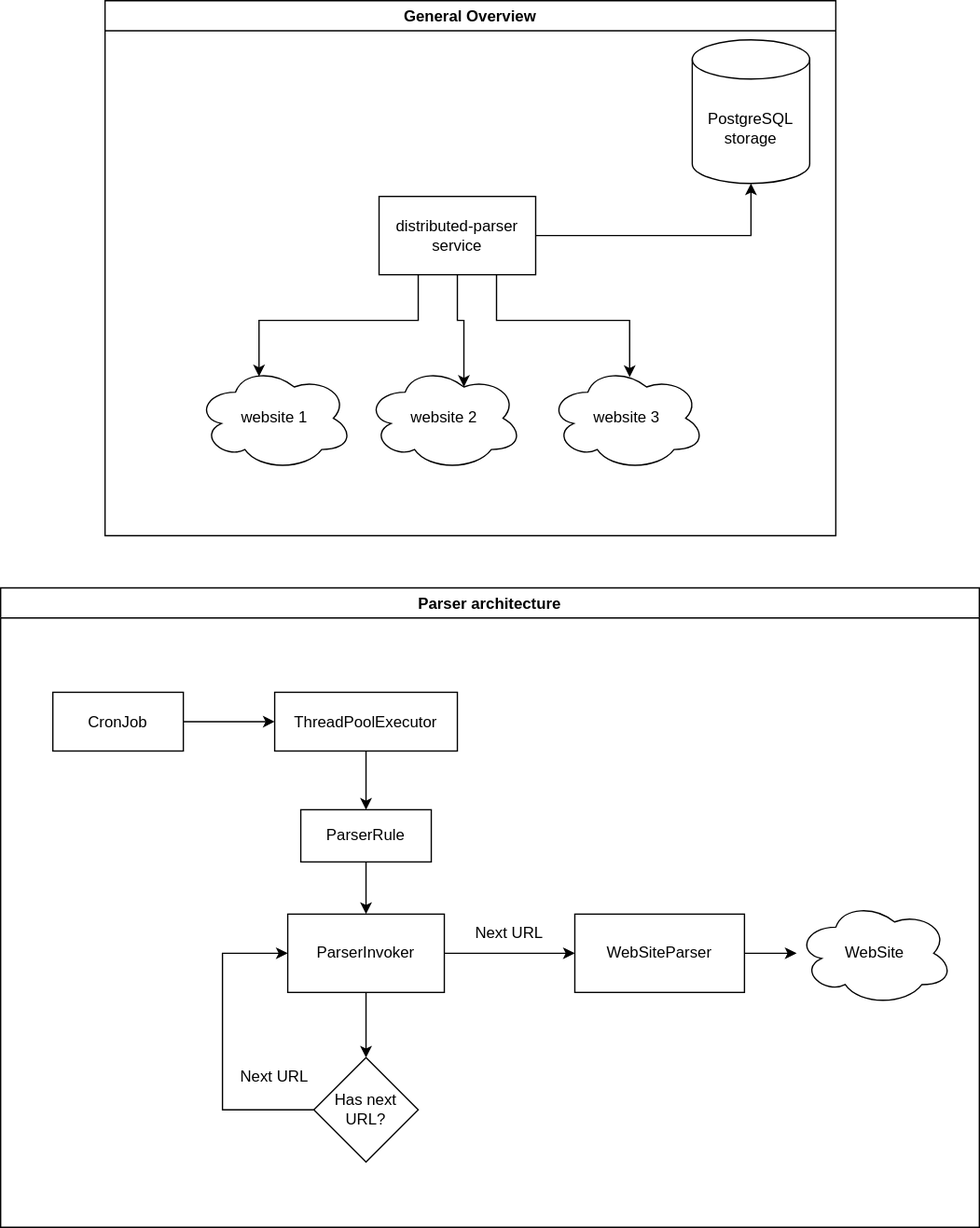
Earlier version of the draw.io export DistributedParser.drawio.svg (sabyrzhan/distributed-site-parser). Source tidied: cells renumbered, new cells last; positions are measured from the earlier drawing's top-left corner, leaving out a move shared by most shapes. Its diagram source:
```xml
<mxGraphModel>
  <root>
    <mxCell id="0" />
    <mxCell id="1" parent="0" />
    <mxCell id="2" value="General Overview" style="swimlane;" parent="1" vertex="1">
      <mxGeometry x="80" width="560" height="410" as="geometry" />
    </mxCell>
    <mxCell id="3" value="distributed-parser service" style="rounded=0;whiteSpace=wrap;html=1;" parent="2" vertex="1">
      <mxGeometry x="210" y="150" width="120" height="60" as="geometry" />
    </mxCell>
    <mxCell id="4" value="website 1" style="ellipse;shape=cloud;whiteSpace=wrap;html=1;" parent="2" vertex="1">
      <mxGeometry x="70" y="280" width="120" height="80" as="geometry" />
    </mxCell>
    <mxCell id="5" style="edgeStyle=orthogonalEdgeStyle;rounded=0;jettySize=auto;html=1;entryX=0.4;entryY=0.1;entryDx=0;entryDy=0;entryPerimeter=0;exitX=0.25;exitY=1;exitDx=0;exitDy=0;" parent="2" edge="1" source="3" target="4">
      <mxGeometry relative="1" as="geometry" />
    </mxCell>
    <mxCell id="6" value="website 2" style="ellipse;shape=cloud;whiteSpace=wrap;html=1;" parent="2" vertex="1">
      <mxGeometry x="200" y="280" width="120" height="80" as="geometry" />
    </mxCell>
    <mxCell id="7" style="edgeStyle=orthogonalEdgeStyle;rounded=0;jettySize=auto;html=1;exitX=0.5;exitY=1;exitDx=0;exitDy=0;entryX=0.625;entryY=0.2;entryDx=0;entryDy=0;entryPerimeter=0;" parent="2" edge="1" source="3" target="6">
      <mxGeometry relative="1" as="geometry" />
    </mxCell>
    <mxCell id="8" value="website 3" style="ellipse;shape=cloud;whiteSpace=wrap;html=1;" parent="2" vertex="1">
      <mxGeometry x="340" y="280" width="120" height="80" as="geometry" />
    </mxCell>
    <mxCell id="9" style="edgeStyle=orthogonalEdgeStyle;rounded=0;jettySize=auto;html=1;exitX=0.75;exitY=1;exitDx=0;exitDy=0;entryX=0.517;entryY=0.106;entryDx=0;entryDy=0;entryPerimeter=0;" parent="2" edge="1" source="3" target="8">
      <mxGeometry relative="1" as="geometry" />
    </mxCell>
    <mxCell id="10" value="PostgreSQL storage" style="shape=cylinder3;whiteSpace=wrap;html=1;boundedLbl=1;backgroundOutline=1;size=15;" parent="2" vertex="1">
      <mxGeometry x="450" y="30" width="90" height="110" as="geometry" />
    </mxCell>
    <mxCell id="11" style="edgeStyle=orthogonalEdgeStyle;rounded=0;jettySize=auto;html=1;" parent="2" edge="1" source="3" target="10">
      <mxGeometry relative="1" as="geometry" />
    </mxCell>
    <mxCell id="12" value="Parser architecture" style="swimlane;" parent="1" vertex="1">
      <mxGeometry y="450" width="750" height="490" as="geometry" />
    </mxCell>
    <mxCell id="13" value="WebSiteParser" style="rounded=0;whiteSpace=wrap;html=1;" parent="12" vertex="1">
      <mxGeometry x="440" y="250" width="130" height="60" as="geometry" />
    </mxCell>
    <mxCell id="14" value="WebSite" style="ellipse;shape=cloud;whiteSpace=wrap;html=1;" parent="12" vertex="1">
      <mxGeometry x="610" y="240" width="120" height="80" as="geometry" />
    </mxCell>
    <mxCell id="15" style="edgeStyle=orthogonalEdgeStyle;rounded=0;jettySize=auto;html=1;exitX=1;exitY=0.5;exitDx=0;exitDy=0;" parent="12" edge="1" source="13" target="14">
      <mxGeometry relative="1" as="geometry" />
    </mxCell>
    <mxCell id="16" value="Next URL" style="text;html=1;strokeColor=none;fillColor=none;align=center;verticalAlign=middle;whiteSpace=wrap;rounded=0;" parent="12" vertex="1">
      <mxGeometry x="360" y="250" width="60" height="30" as="geometry" />
    </mxCell>
    <mxCell id="17" style="edgeStyle=orthogonalEdgeStyle;rounded=0;jettySize=auto;html=1;exitX=1;exitY=0.5;exitDx=0;exitDy=0;entryX=0;entryY=0.5;entryDx=0;entryDy=0;" parent="12" edge="1" source="18" target="13">
      <mxGeometry relative="1" as="geometry" />
    </mxCell>
    <mxCell id="18" value="ParserInvoker" style="rounded=0;whiteSpace=wrap;html=1;" parent="12" vertex="1">
      <mxGeometry x="220" y="250" width="120" height="60" as="geometry" />
    </mxCell>
    <mxCell id="19" style="edgeStyle=orthogonalEdgeStyle;rounded=0;jettySize=auto;html=1;entryX=0.5;entryY=0;entryDx=0;entryDy=0;" parent="12" edge="1" source="20" target="18">
      <mxGeometry relative="1" as="geometry" />
    </mxCell>
    <mxCell id="20" value="ParserRule" style="rounded=0;whiteSpace=wrap;html=1;" parent="12" vertex="1">
      <mxGeometry x="230" y="170" width="100" height="40" as="geometry" />
    </mxCell>
    <mxCell id="21" style="edgeStyle=orthogonalEdgeStyle;rounded=0;jettySize=auto;html=1;entryX=0;entryY=0.5;entryDx=0;entryDy=0;" parent="12" edge="1" source="22" target="18">
      <mxGeometry relative="1" as="geometry">
        <Array as="points">
          <mxPoint x="170" y="400" />
          <mxPoint x="170" y="280" />
        </Array>
      </mxGeometry>
    </mxCell>
    <mxCell id="22" value="Has next URL?" style="rhombus;whiteSpace=wrap;html=1;" parent="12" vertex="1">
      <mxGeometry x="240" y="360" width="80" height="80" as="geometry" />
    </mxCell>
    <mxCell id="23" style="edgeStyle=orthogonalEdgeStyle;rounded=0;jettySize=auto;html=1;exitX=0.5;exitY=1;exitDx=0;exitDy=0;entryX=0.5;entryY=0;entryDx=0;entryDy=0;" parent="12" edge="1" source="18" target="22">
      <mxGeometry relative="1" as="geometry" />
    </mxCell>
    <mxCell id="24" value="CronJob" style="rounded=0;whiteSpace=wrap;html=1;" parent="12" vertex="1">
      <mxGeometry x="40" y="80" width="100" height="45" as="geometry" />
    </mxCell>
    <mxCell id="25" style="edgeStyle=orthogonalEdgeStyle;rounded=0;jettySize=auto;html=1;exitX=0.5;exitY=1;exitDx=0;exitDy=0;entryX=0.5;entryY=0;entryDx=0;entryDy=0;" parent="12" edge="1" source="26" target="20">
      <mxGeometry relative="1" as="geometry" />
    </mxCell>
    <mxCell id="26" value="ThreadPoolExecutor" style="rounded=0;whiteSpace=wrap;html=1;" parent="12" vertex="1">
      <mxGeometry x="210" y="80" width="140" height="45" as="geometry" />
    </mxCell>
    <mxCell id="27" style="edgeStyle=orthogonalEdgeStyle;rounded=0;jettySize=auto;html=1;exitX=1;exitY=0.5;exitDx=0;exitDy=0;entryX=0;entryY=0.5;entryDx=0;entryDy=0;" parent="12" edge="1" source="24" target="26">
      <mxGeometry relative="1" as="geometry" />
    </mxCell>
    <mxCell id="28" value="Next URL" style="text;html=1;strokeColor=none;fillColor=none;align=center;verticalAlign=middle;whiteSpace=wrap;rounded=0;" parent="12" vertex="1">
      <mxGeometry x="180" y="360" width="60" height="30" as="geometry" />
    </mxCell>
  </root>
</mxGraphModel>
```
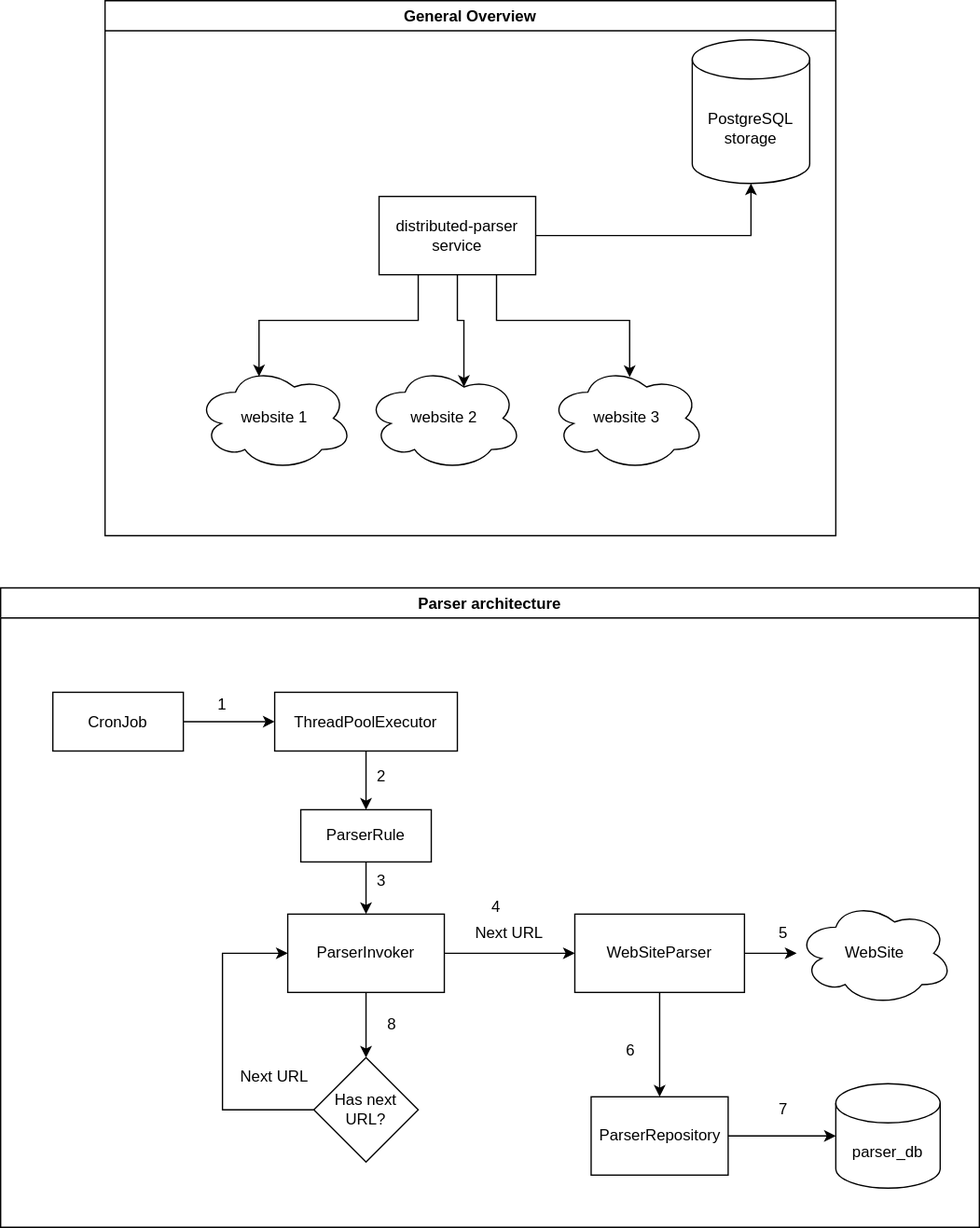
The same file after the commit.

The edit, as a diff of the source:
```diff
@@ -35,6 +35,9 @@
     <mxCell id="12" value="Parser architecture" style="swimlane;" parent="1" vertex="1">
       <mxGeometry y="450" width="750" height="490" as="geometry" />
     </mxCell>
+    <mxCell id="29" style="edgeStyle=orthogonalEdgeStyle;rounded=0;jettySize=auto;html=1;exitX=0.5;exitY=1;exitDx=0;exitDy=0;entryX=0.5;entryY=0;entryDx=0;entryDy=0;" parent="12" edge="1" source="13" target="32">
+      <mxGeometry relative="1" as="geometry" />
+    </mxCell>
     <mxCell id="13" value="WebSiteParser" style="rounded=0;whiteSpace=wrap;html=1;" parent="12" vertex="1">
       <mxGeometry x="440" y="250" width="130" height="60" as="geometry" />
     </mxCell>
@@ -88,5 +91,38 @@
     <mxCell id="28" value="Next URL" style="text;html=1;strokeColor=none;fillColor=none;align=center;verticalAlign=middle;whiteSpace=wrap;rounded=0;" parent="12" vertex="1">
       <mxGeometry x="180" y="360" width="60" height="30" as="geometry" />
     </mxCell>
+    <mxCell id="30" value="parser_db" style="shape=cylinder3;whiteSpace=wrap;html=1;boundedLbl=1;backgroundOutline=1;size=15;" parent="12" vertex="1">
+      <mxGeometry x="640" y="380" width="80" height="80" as="geometry" />
+    </mxCell>
+    <mxCell id="31" style="edgeStyle=orthogonalEdgeStyle;rounded=0;jettySize=auto;html=1;entryX=0;entryY=0.5;entryDx=0;entryDy=0;entryPerimeter=0;" parent="12" edge="1" source="32" target="30">
+      <mxGeometry relative="1" as="geometry" />
+    </mxCell>
+    <mxCell id="32" value="ParserRepository" style="rounded=0;whiteSpace=wrap;html=1;" parent="12" vertex="1">
+      <mxGeometry x="452.5" y="390" width="105" height="60" as="geometry" />
+    </mxCell>
+    <mxCell id="33" value="1" style="text;html=1;strokeColor=none;fillColor=none;align=center;verticalAlign=middle;whiteSpace=wrap;rounded=0;" parent="12" vertex="1">
+      <mxGeometry x="140" y="75" width="60" height="30" as="geometry" />
+    </mxCell>
+    <mxCell id="34" value="2" style="text;html=1;strokeColor=none;fillColor=none;align=center;verticalAlign=middle;whiteSpace=wrap;rounded=0;" parent="12" vertex="1">
+      <mxGeometry x="262" y="130" width="60" height="30" as="geometry" />
+    </mxCell>
+    <mxCell id="35" value="3" style="text;html=1;strokeColor=none;fillColor=none;align=center;verticalAlign=middle;whiteSpace=wrap;rounded=0;" parent="12" vertex="1">
+      <mxGeometry x="262" y="210" width="60" height="30" as="geometry" />
+    </mxCell>
+    <mxCell id="36" value="4" style="text;html=1;strokeColor=none;fillColor=none;align=center;verticalAlign=middle;whiteSpace=wrap;rounded=0;" parent="12" vertex="1">
+      <mxGeometry x="350" y="230" width="60" height="30" as="geometry" />
+    </mxCell>
+    <mxCell id="37" value="5" style="text;html=1;strokeColor=none;fillColor=none;align=center;verticalAlign=middle;whiteSpace=wrap;rounded=0;" parent="12" vertex="1">
+      <mxGeometry x="570" y="250" width="60" height="30" as="geometry" />
+    </mxCell>
+    <mxCell id="38" value="6" style="text;html=1;strokeColor=none;fillColor=none;align=center;verticalAlign=middle;whiteSpace=wrap;rounded=0;" parent="12" vertex="1">
+      <mxGeometry x="452.5" y="340" width="60" height="30" as="geometry" />
+    </mxCell>
+    <mxCell id="39" value="7" style="text;html=1;strokeColor=none;fillColor=none;align=center;verticalAlign=middle;whiteSpace=wrap;rounded=0;" parent="12" vertex="1">
+      <mxGeometry x="570" y="385" width="60" height="30" as="geometry" />
+    </mxCell>
+    <mxCell id="40" value="8" style="text;html=1;strokeColor=none;fillColor=none;align=center;verticalAlign=middle;whiteSpace=wrap;rounded=0;" parent="12" vertex="1">
+      <mxGeometry x="270" y="320" width="60" height="30" as="geometry" />
+    </mxCell>
   </root>
 </mxGraphModel>
```
